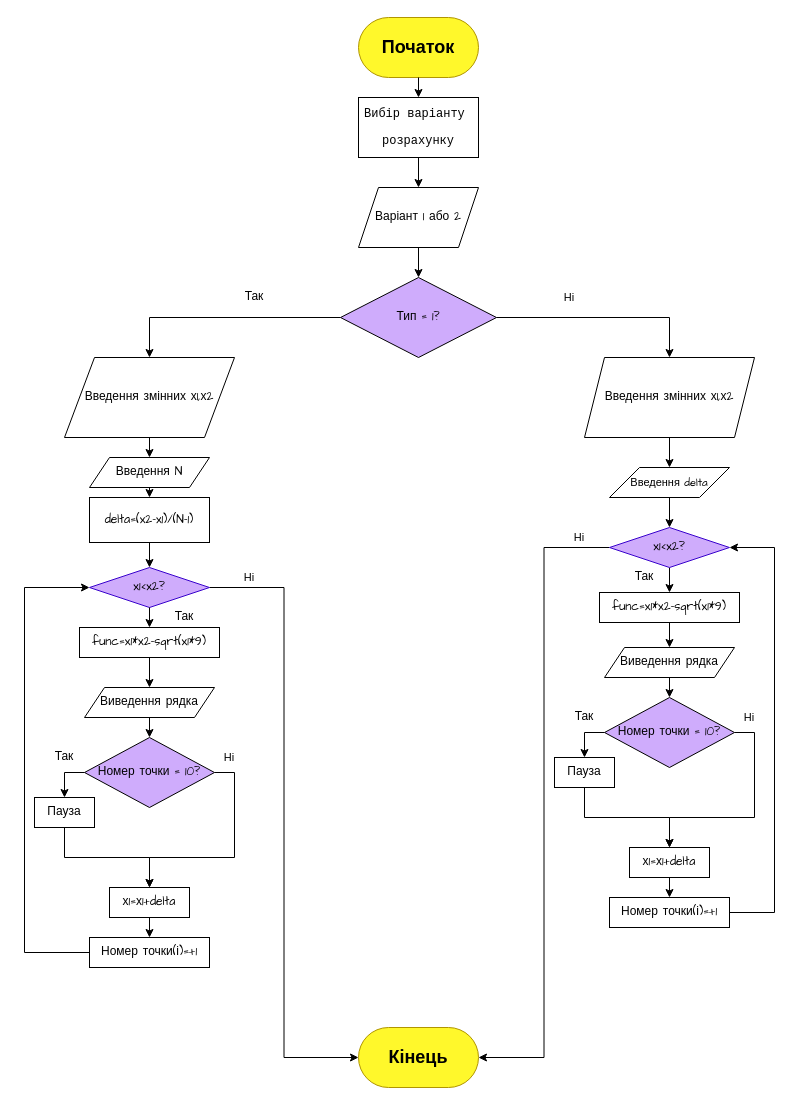
The draw.io diagram lab1/Untitled Diagram.drawio in Grysnui/Labka-1, before the edit. Source tidied: cells renumbered, new cells numbered last; positions are measured from the earlier drawing's top-left corner, leaving out a move shared by most shapes. Both pictures are drawn from the tidied source at 100%, with x=0, y=0 at pixel (24, 17).
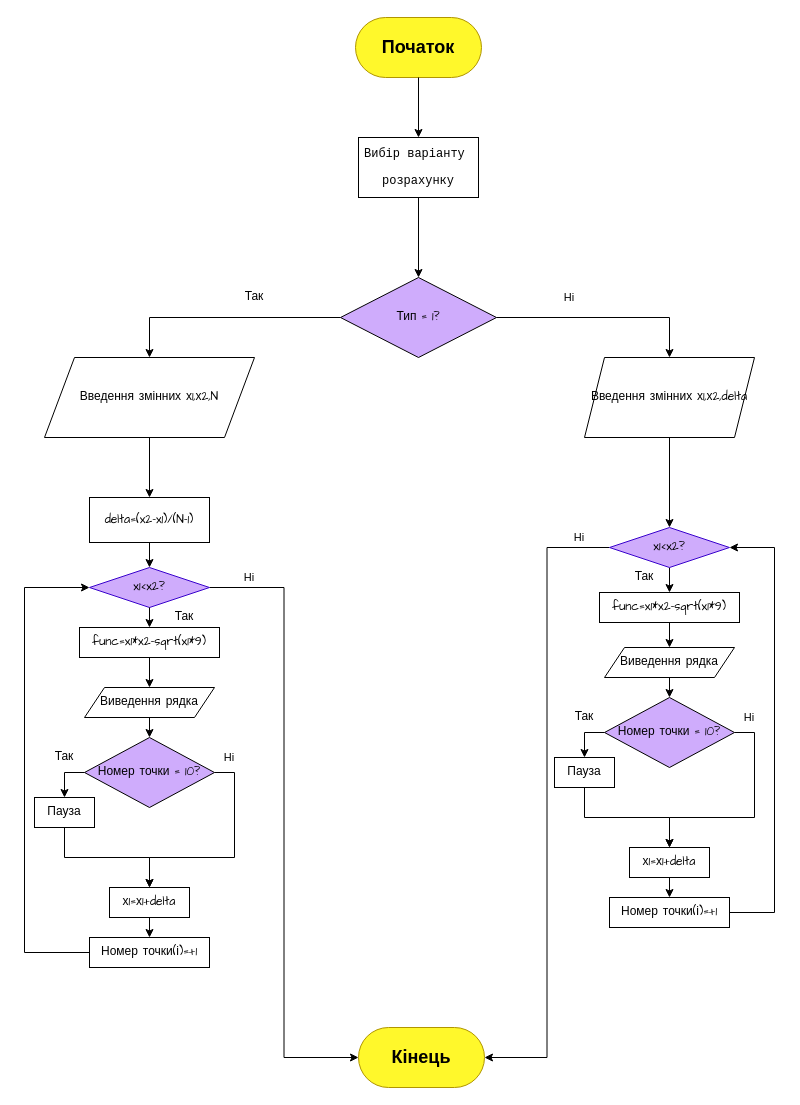
The same diagram, later.

Unchanged cells that the change refers to:
```xml
<mxCell id="6" value="Тип = 1?" style="rhombus;whiteSpace=wrap;html=1;labelBackgroundColor=none;fontFamily=Comic Sans MS;fontColor=#000000;fillColor=#CFACFC;" parent="1" vertex="1">
  <mxGeometry x="316" y="260" width="156" height="80" as="geometry" />
</mxCell>
<mxCell id="16" value="delta=(x2-x1)/(N-1)" style="rounded=0;whiteSpace=wrap;html=1;labelBackgroundColor=none;fontFamily=Comic Sans MS;fontColor=#000000;" parent="1" vertex="1">
  <mxGeometry x="65" y="480" width="120" height="45" as="geometry" />
</mxCell>
<mxCell id="46" value="x1&amp;lt;x2?" style="rhombus;whiteSpace=wrap;html=1;labelBackgroundColor=none;fontFamily=Comic Sans MS;fontColor=#000000;fillColor=#CFACFC;strokeColor=#3700CC;" parent="1" vertex="1">
  <mxGeometry x="585" y="510" width="120" height="40" as="geometry" />
</mxCell>
```

The edit, as a diff of the source:
```diff
@@
     <mxCell id="2" value="&lt;h2&gt;Початок&lt;/h2&gt;" style="rounded=1;whiteSpace=wrap;html=1;fillColor=#FFF82B;strokeColor=#B09500;fontColor=#000000;arcSize=50;" parent="1" vertex="1">
-      <mxGeometry x="334" width="120" height="60" as="geometry" />
+      <mxGeometry x="331" width="126" height="60" as="geometry" />
     </mxCell>
+    <mxCell id="64" style="edgeStyle=orthogonalEdgeStyle;rounded=0;jettySize=auto;html=1;exitX=0.5;exitY=1;exitDx=0;exitDy=0;" parent="1" edge="1" source="3" target="6">
+      <mxGeometry relative="1" as="geometry" />
+    </mxCell>
     <mxCell id="3" value="&lt;pre&gt;Вибір варіанту &lt;/pre&gt;&lt;pre&gt;розрахунку&lt;/pre&gt;" style="rounded=0;whiteSpace=wrap;html=1;labelBackgroundColor=none;fontFamily=Garamond;" parent="1" vertex="1">
-      <mxGeometry x="334" y="80" width="120" height="60" as="geometry" />
+      <mxGeometry x="334" y="120" width="120" height="60" as="geometry" />
     </mxCell>
-    <mxCell id="4" value="Варіант 1 або 2" style="shape=parallelogram;perimeter=parallelogramPerimeter;whiteSpace=wrap;html=1;fixedSize=1;labelBackgroundColor=none;fontFamily=Comic Sans MS;fontColor=#000000;" parent="1" vertex="1">
-      <mxGeometry x="334" y="170" width="120" height="60" as="geometry" />
-    </mxCell>
@@
+    <mxCell id="65" style="edgeStyle=orthogonalEdgeStyle;rounded=0;jettySize=auto;html=1;" parent="1" edge="1" source="7" target="16">
+      <mxGeometry relative="1" as="geometry" />
+    </mxCell>
-    <mxCell id="7" value="Введення змінних х1,х2" style="shape=parallelogram;perimeter=parallelogramPerimeter;whiteSpace=wrap;html=1;fixedSize=1;labelBackgroundColor=none;fontFamily=Comic Sans MS;fontColor=#000000;size=29.999999999999886;" parent="1" vertex="1">
-      <mxGeometry x="40" y="340" width="170" height="80" as="geometry" />
+    <mxCell id="7" value="Введення змінних х1,х2,N" style="shape=parallelogram;perimeter=parallelogramPerimeter;whiteSpace=wrap;html=1;fixedSize=1;labelBackgroundColor=none;fontFamily=Comic Sans MS;fontColor=#000000;size=29.999999999999886;" parent="1" vertex="1">
+      <mxGeometry x="20" y="340" width="210" height="80" as="geometry" />
     </mxCell>
-    <mxCell id="8" style="edgeStyle=orthogonalEdgeStyle;rounded=0;jettySize=auto;html=1;fontFamily=Comic Sans MS;fontSize=11;fontColor=#000000;" parent="1" edge="1" source="9" target="41">
-      <mxGeometry relative="1" as="geometry" />
-    </mxCell>
+    <mxCell id="66" style="edgeStyle=orthogonalEdgeStyle;rounded=0;jettySize=auto;html=1;" parent="1" edge="1" source="9" target="46">
+      <mxGeometry relative="1" as="geometry" />
+    </mxCell>
-    <mxCell id="9" value="Введення змінних х1,х2" style="shape=parallelogram;perimeter=parallelogramPerimeter;whiteSpace=wrap;html=1;fixedSize=1;labelBackgroundColor=none;fontFamily=Comic Sans MS;fontColor=#000000;size=20;" parent="1" vertex="1">
+    <mxCell id="9" value="Введення змінних х1,х2,delta" style="shape=parallelogram;perimeter=parallelogramPerimeter;whiteSpace=wrap;html=1;fixedSize=1;labelBackgroundColor=none;fontFamily=Comic Sans MS;fontColor=#000000;size=20;" parent="1" vertex="1">
       <mxGeometry x="560" y="340" width="170" height="80" as="geometry" />
     </mxCell>
@@
-    <mxCell id="11" style="endArrow=classic;html=1;rounded=0;fontFamily=Comic Sans MS;fontColor=#000000;exitX=0.5;exitY=1;exitDx=0;exitDy=0;" parent="1" edge="1" source="4" target="6">
-      <mxGeometry relative="1" as="geometry" />
-    </mxCell>
-    <mxCell id="12" style="endArrow=classic;html=1;rounded=0;fontFamily=Comic Sans MS;fontColor=#000000;exitX=0.5;exitY=1;exitDx=0;exitDy=0;" parent="1" edge="1" source="3" target="4">
-      <mxGeometry relative="1" as="geometry" />
-    </mxCell>
@@
-    <mxCell id="14" value="Введення N" style="shape=parallelogram;perimeter=parallelogramPerimeter;whiteSpace=wrap;html=1;fixedSize=1;labelBackgroundColor=none;fontFamily=Comic Sans MS;fontColor=#000000;" parent="1" vertex="1">
-      <mxGeometry x="65" y="440" width="120" height="30" as="geometry" />
-    </mxCell>
-    <mxCell id="15" style="endArrow=classic;html=1;rounded=0;fontFamily=Comic Sans MS;fontColor=#000000;exitX=0.5;exitY=1;exitDx=0;exitDy=0;entryX=0.5;entryY=0;entryDx=0;entryDy=0;" parent="1" edge="1" source="7" target="14">
-      <mxGeometry relative="1" as="geometry" />
-    </mxCell>
@@
-    <mxCell id="17" style="endArrow=classic;html=1;rounded=0;fontFamily=Comic Sans MS;fontColor=#000000;exitX=0.5;exitY=1;exitDx=0;exitDy=0;entryX=0.5;entryY=0;entryDx=0;entryDy=0;" parent="1" edge="1" source="14" target="16">
-      <mxGeometry relative="1" as="geometry" />
-    </mxCell>
@@
     <mxCell id="38" value="&lt;h2&gt;Кінець&lt;/h2&gt;" style="rounded=1;whiteSpace=wrap;html=1;fillColor=#FFF82B;strokeColor=#B09500;fontColor=#000000;arcSize=50;" parent="1" vertex="1">
-      <mxGeometry x="334" y="1010" width="120" height="60" as="geometry" />
+      <mxGeometry x="334" y="1010" width="126" height="60" as="geometry" />
     </mxCell>
@@
-    <mxCell id="40" style="edgeStyle=orthogonalEdgeStyle;rounded=0;jettySize=auto;html=1;fontFamily=Comic Sans MS;fontSize=11;fontColor=#000000;" parent="1" edge="1" source="41" target="46">
-      <mxGeometry relative="1" as="geometry" />
-    </mxCell>
-    <mxCell id="41" value="Введення delta" style="shape=parallelogram;perimeter=parallelogramPerimeter;whiteSpace=wrap;html=1;fixedSize=1;labelBackgroundColor=none;fontFamily=Comic Sans MS;fontSize=11;fontColor=#000000;size=30;" parent="1" vertex="1">
-      <mxGeometry x="585" y="450" width="120" height="30" as="geometry" />
-    </mxCell>
```
